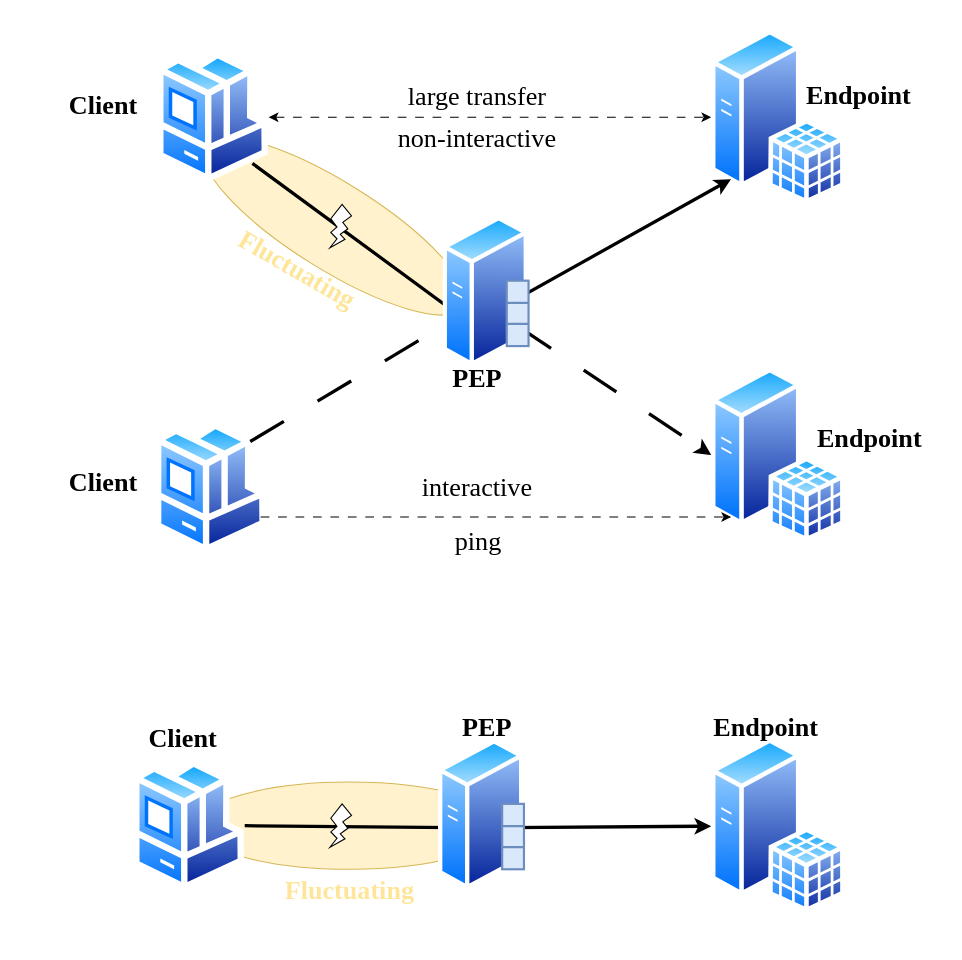
Before: diagrams/drawio/scenarios.drawio in joexbayer/tcp-pep-for-5g, a draw.io diagram. Source tidied: cells renumbered, new cells numbered last; positions are measured from the earlier drawing's top-left corner, leaving out a move shared by most shapes. Both pictures are drawn from the tidied source at 109%, with x=0, y=0 at pixel (53, 29).
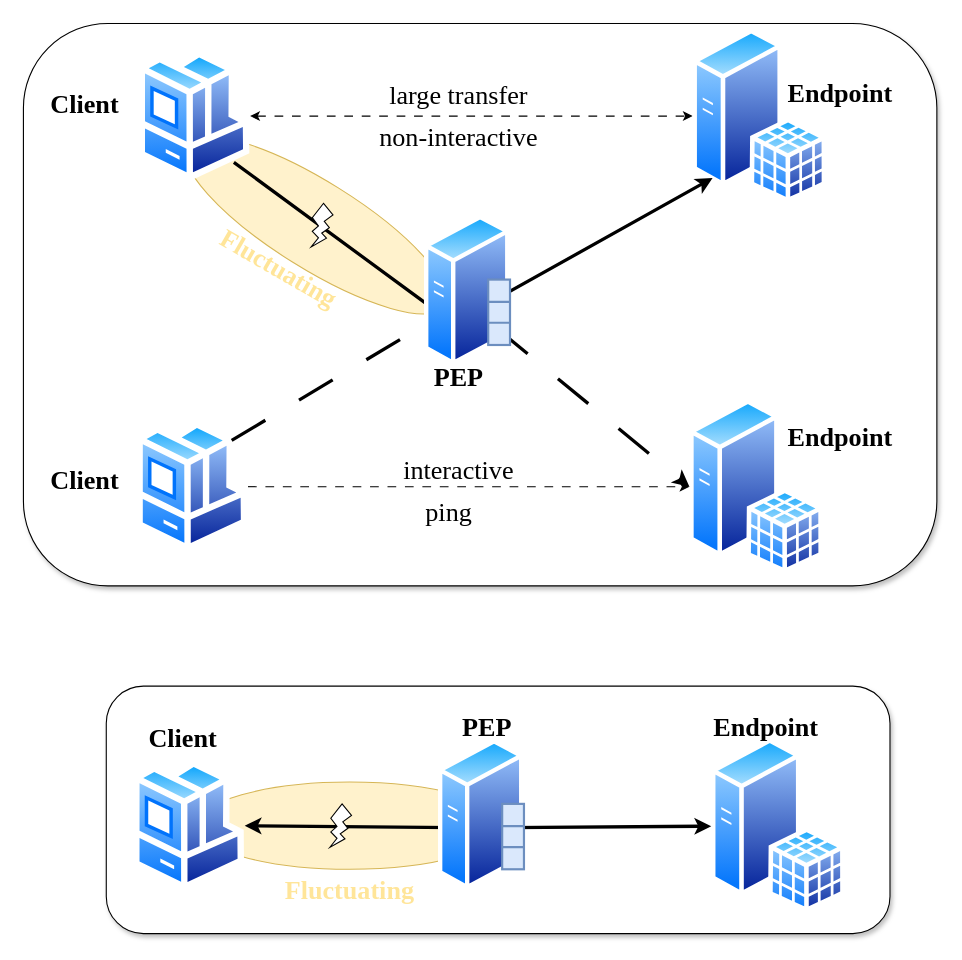
The same diagram, later.

The change refers to these unchanged cells:
```xml
<mxCell id="24" style="perimeter=ellipsePerimeter;html=1;align=center;shadow=0;dashed=0;spacingTop=3;image;image=img/lib/active_directory/workstation_client.svg;fontFamily=Times New Roman;" parent="1" vertex="1">
  <mxGeometry x="73" y="670" width="102" height="120" as="geometry" />
</mxCell>
<mxCell id="25" style="perimeter=ellipsePerimeter;html=1;align=center;shadow=0;dashed=0;spacingTop=3;image;image=img/lib/active_directory/sql_server.svg;fontFamily=Times New Roman;" parent="1" vertex="1">
  <mxGeometry x="603" y="650" width="123.2" height="160" as="geometry" />
</mxCell>
```

What changed in the source:
```diff
@@
+    <mxCell id="35" style="rounded=1;whiteSpace=wrap;html=1;shadow=1;" parent="1" vertex="1">
+      <mxGeometry x="48" y="602" width="719" height="227" as="geometry" />
+    </mxCell>
+    <mxCell id="36" style="rounded=1;whiteSpace=wrap;html=1;shadow=1;" parent="1" vertex="1">
+      <mxGeometry x="-28" y="-6" width="838" height="516" as="geometry" />
+    </mxCell>
@@
     <mxCell id="3" style="ellipse;whiteSpace=wrap;html=1;fontFamily=Times New Roman;fontSize=24;rotation=32;fillColor=#fff2cc;strokeColor=#d6b656;" parent="1" vertex="1">
-      <mxGeometry x="117" y="140" width="280" height="80" as="geometry" />
+      <mxGeometry x="100" y="139" width="280" height="80" as="geometry" />
     </mxCell>
@@
     <mxCell id="6" style="perimeter=ellipsePerimeter;html=1;align=center;shadow=0;dashed=0;spacingTop=3;image;image=img/lib/active_directory/workstation_client.svg;fontFamily=Times New Roman;" parent="1" vertex="1">
-      <mxGeometry x="95" y="20" width="102" height="120" as="geometry" />
+      <mxGeometry x="78" y="19" width="102" height="120" as="geometry" />
     </mxCell>
     <mxCell id="7" style="perimeter=ellipsePerimeter;html=1;align=center;shadow=0;dashed=0;spacingTop=3;image;image=img/lib/active_directory/sql_server.svg;fontFamily=Times New Roman;" parent="1" vertex="1">
-      <mxGeometry x="603" width="123.2" height="160" as="geometry" />
+      <mxGeometry x="586" y="-1" width="123.2" height="160" as="geometry" />
     </mxCell>
     <mxCell id="8" style="perimeter=ellipsePerimeter;html=1;align=center;shadow=0;dashed=0;spacingTop=3;image;image=img/lib/active_directory/workstation_client.svg;fontFamily=Times New Roman;" parent="1" vertex="1">
-      <mxGeometry x="93" y="360" width="102" height="120" as="geometry" />
+      <mxGeometry x="76" y="359" width="102" height="120" as="geometry" />
     </mxCell>
-    <mxCell id="9" style="perimeter=ellipsePerimeter;html=1;align=center;shadow=0;dashed=0;spacingTop=3;image;image=img/lib/active_directory/sql_server.svg;fontFamily=Times New Roman;" parent="1" vertex="1">
-      <mxGeometry x="603" y="310" width="123.2" height="160" as="geometry" />
+    <mxCell id="9" style="perimeter=ellipsePerimeter;html=1;align=center;shadow=0;dashed=0;spacingTop=3;image;image=img/lib/active_directory/sql_server.svg;fontFamily=Times New Roman;imageBackground=none;" parent="1" vertex="1">
+      <mxGeometry x="583" y="339" width="123.2" height="160" as="geometry" />
     </mxCell>
     <mxCell id="10" value="&lt;font&gt;&lt;span style=&quot;font-size: 24px;&quot;&gt;&lt;b&gt;Client&lt;/b&gt;&lt;/span&gt;&lt;/font&gt;" style="text;html=1;align=center;verticalAlign=middle;strokeColor=none;fillColor=none;fontFamily=Times New Roman;" parent="1" vertex="1">
-      <mxGeometry y="395" width="90" height="40" as="geometry" />
+      <mxGeometry x="-17" y="394" width="90" height="40" as="geometry" />
     </mxCell>
     <mxCell id="11" value="&lt;b style=&quot;border-color: var(--border-color);&quot;&gt;&lt;font style=&quot;border-color: var(--border-color); font-size: 24px;&quot;&gt;Endpoint&lt;/font&gt;&lt;/b&gt;" style="text;html=1;align=center;verticalAlign=middle;strokeColor=none;fillColor=none;fontFamily=Times New Roman;" parent="1" vertex="1">
-      <mxGeometry x="688" y="355" width="120" height="40" as="geometry" />
+      <mxGeometry x="661" y="354" width="120" height="40" as="geometry" />
     </mxCell>
     <mxCell id="12" value="&lt;font&gt;&lt;span style=&quot;font-size: 24px;&quot;&gt;&lt;b&gt;Client&lt;/b&gt;&lt;/span&gt;&lt;/font&gt;" style="text;html=1;align=center;verticalAlign=middle;strokeColor=none;fillColor=none;fontFamily=Times New Roman;" parent="1" vertex="1">
-      <mxGeometry y="50" width="90" height="40" as="geometry" />
+      <mxGeometry x="-17" y="49" width="90" height="40" as="geometry" />
     </mxCell>
     <mxCell id="13" value="&lt;b&gt;&lt;font style=&quot;font-size: 24px;&quot;&gt;Endpoint&lt;/font&gt;&lt;/b&gt;" style="text;html=1;align=center;verticalAlign=middle;strokeColor=none;fillColor=none;fontFamily=Times New Roman;" parent="1" vertex="1">
-      <mxGeometry x="678" y="40" width="120" height="40" as="geometry" />
+      <mxGeometry x="661" y="39" width="120" height="40" as="geometry" />
     </mxCell>
     <mxCell id="14" style="endArrow=classic;html=1;rounded=0;fontFamily=Times New Roman;fontSize=24;exitX=1;exitY=0;exitDx=0;exitDy=0;entryX=0;entryY=0.5;entryDx=0;entryDy=0;jumpSize=3;strokeWidth=3;dashed=1;dashPattern=12 12;" parent="1" edge="1" source="8" target="9">
       <mxGeometry relative="1" as="geometry">
         <Array as="points">
-          <mxPoint x="393" y="250" />
+          <mxPoint x="376" y="249" />
         </Array>
       </mxGeometry>
     </mxCell>
     <mxCell id="15" style="endArrow=classic;html=1;rounded=0;fontFamily=Times New Roman;fontSize=24;exitX=1;exitY=1;exitDx=0;exitDy=0;entryX=0;entryY=1;entryDx=0;entryDy=0;strokeWidth=3;startArrow=none;" parent="1" edge="1" source="6" target="7">
       <mxGeometry relative="1" as="geometry">
         <Array as="points">
-          <mxPoint x="383" y="270" />
+          <mxPoint x="366" y="269" />
         </Array>
       </mxGeometry>
     </mxCell>
     <mxCell id="16" style="perimeter=ellipsePerimeter;html=1;align=center;shadow=0;dashed=0;spacingTop=3;image;image=img/lib/active_directory/generic_server.svg;fontFamily=Times New Roman;" parent="1" vertex="1">
-      <mxGeometry x="357" y="170" width="78.4" height="140" as="geometry" />
+      <mxGeometry x="340" y="169" width="78.4" height="140" as="geometry" />
     </mxCell>
-    <mxCell id="17" style="endArrow=classic;html=1;rounded=0;fontFamily=Times New Roman;fontSize=24;entryX=0;entryY=1;entryDx=0;entryDy=0;exitX=1;exitY=0.75;exitDx=0;exitDy=0;dashed=1;dashPattern=8 8;" parent="1" edge="1" source="8" target="9">
+    <mxCell id="17" style="endArrow=classic;html=1;rounded=0;fontFamily=Times New Roman;fontSize=24;entryX=0;entryY=0.5;entryDx=0;entryDy=0;exitX=1;exitY=0.5;exitDx=0;exitDy=0;dashed=1;dashPattern=8 8;" parent="1" edge="1" source="8" target="9">
       <mxGeometry relative="1" as="geometry" />
     </mxCell>
@@
     <mxCell id="19" value="non-interactive" style="text;html=1;align=center;verticalAlign=middle;strokeColor=none;fillColor=none;fontSize=24;fontFamily=Times New Roman;" parent="1" vertex="1">
-      <mxGeometry x="302.8" y="80" width="170" height="40" as="geometry" />
+      <mxGeometry x="285.8" y="79" width="170" height="40" as="geometry" />
     </mxCell>
     <mxCell id="20" value="interactive" style="text;html=1;align=center;verticalAlign=middle;strokeColor=none;fillColor=none;fontSize=24;fontFamily=Times New Roman;" parent="1" vertex="1">
-      <mxGeometry x="327.8" y="400" width="120" height="40" as="geometry" />
+      <mxGeometry x="310.8" y="384" width="120" height="40" as="geometry" />
     </mxCell>
     <mxCell id="21" value="&lt;b&gt;&lt;font style=&quot;font-size: 24px;&quot;&gt;PEP&lt;/font&gt;&lt;/b&gt;" style="text;html=1;align=center;verticalAlign=middle;strokeColor=none;fillColor=none;fontFamily=Times New Roman;" parent="1" vertex="1">
-      <mxGeometry x="352.8" y="300" width="70" height="40" as="geometry" />
+      <mxGeometry x="335.8" y="299" width="70" height="40" as="geometry" />
     </mxCell>
     <mxCell id="22" value="&lt;b style=&quot;&quot;&gt;&lt;font color=&quot;#ffe599&quot;&gt;Fluctuating&lt;/font&gt;&lt;/b&gt;" style="text;html=1;align=center;verticalAlign=middle;strokeColor=none;fillColor=none;fontSize=24;fontFamily=Times New Roman;rotation=30;shadow=0;" parent="1" vertex="1">
-      <mxGeometry x="153" y="200" width="140" height="40" as="geometry" />
+      <mxGeometry x="136" y="199" width="140" height="40" as="geometry" />
     </mxCell>
     <mxCell id="23" style="strokeWidth=2;html=1;shape=mxgraph.lean_mapping.buffer_or_safety_stock;shadow=0;fontFamily=Times New Roman;fontSize=24;fillColor=#dae8fc;strokeColor=#6c8ebf;" parent="1" vertex="1">
-      <mxGeometry x="415.4" y="230" width="20" height="60" as="geometry" />
+      <mxGeometry x="398.4" y="229" width="20" height="60" as="geometry" />
     </mxCell>
@@
-    <mxCell id="28" style="endArrow=classic;html=1;rounded=0;fontFamily=Times New Roman;fontSize=24;exitX=1;exitY=0.5;exitDx=0;exitDy=0;strokeWidth=3;startArrow=none;" parent="1" edge="1" source="24" target="25">
+    <mxCell id="28" style="endArrow=classic;html=1;rounded=0;fontFamily=Times New Roman;fontSize=24;exitX=1;exitY=0.5;exitDx=0;exitDy=0;strokeWidth=3;startArrow=classic;startFill=1;" parent="1" edge="1" source="24" target="25">
       <mxGeometry relative="1" as="geometry">
         <Array as="points">
           <mxPoint x="393" y="732" />
         </Array>
       </mxGeometry>
     </mxCell>
@@
-    <mxCell id="33" style="verticalLabelPosition=bottom;verticalAlign=top;html=1;shape=mxgraph.basic.flash;" parent="1" vertex="1">
+    <mxCell id="33" style="verticalLabelPosition=bottom;verticalAlign=top;html=1;shape=mxgraph.basic.flash;fontFamily=Times New Roman;" parent="1" vertex="1">
       <mxGeometry x="253" y="710" width="20" height="40" as="geometry" />
     </mxCell>
-    <mxCell id="34" style="verticalLabelPosition=bottom;verticalAlign=top;html=1;shape=mxgraph.basic.flash;" parent="1" vertex="1">
-      <mxGeometry x="253" y="160" width="20" height="40" as="geometry" />
+    <mxCell id="34" style="verticalLabelPosition=bottom;verticalAlign=top;html=1;shape=mxgraph.basic.flash;fontFamily=Times New Roman;" parent="1" vertex="1">
+      <mxGeometry x="236" y="159" width="20" height="40" as="geometry" />
     </mxCell>
```
